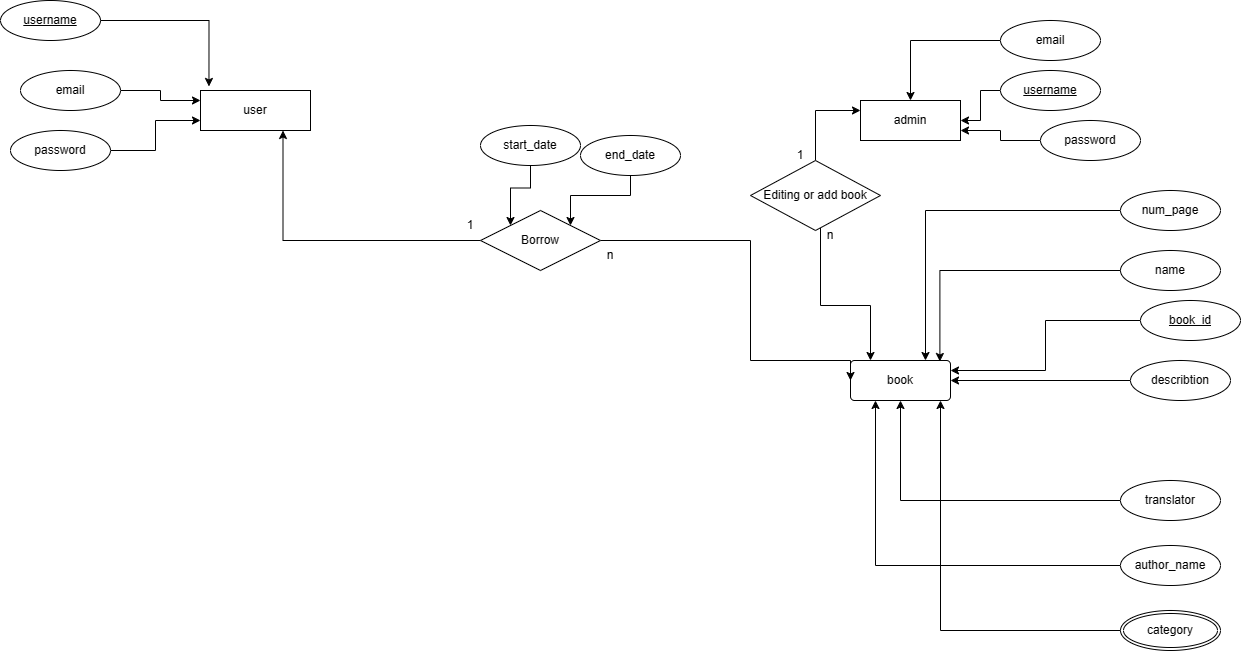
Earlier version of the draw.io export image/ERD.png (ahmed151515/Library-Management-System). Source tidied: cells renumbered, new cells last; positions are measured from the earlier drawing's top-left corner, leaving out a move shared by most shapes.
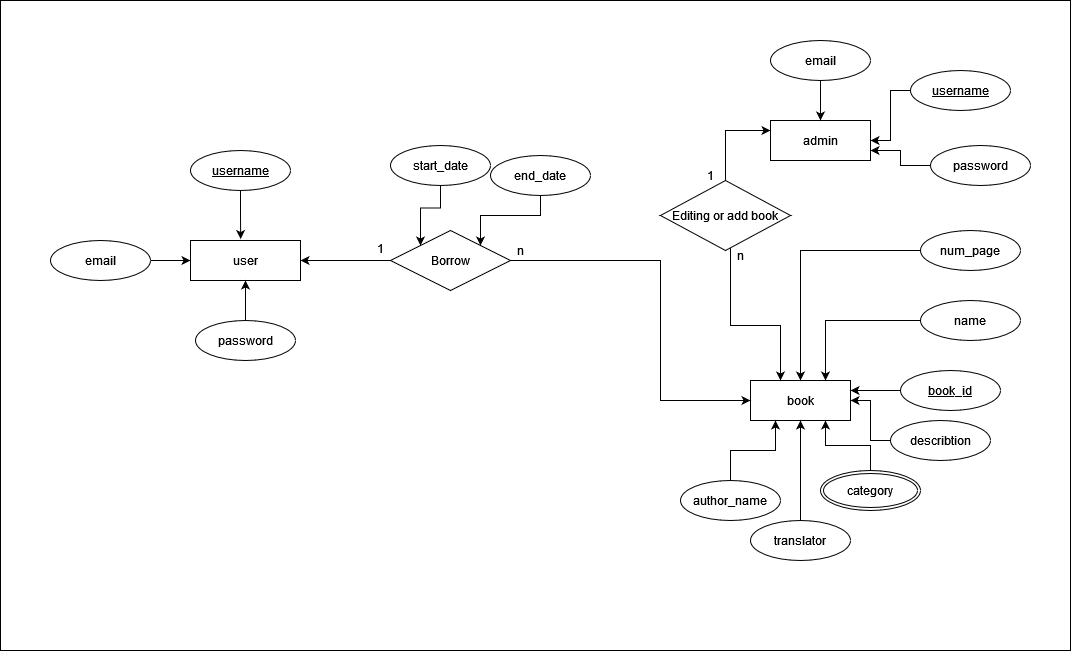
Later version of the same file.

Commit message:
"new erd design"

What changed in the source:
```diff
@@ -2,93 +2,102 @@
   <root>
     <mxCell id="0" />
     <mxCell id="1" parent="0" />
+    <mxCell id="45" style="rounded=0;whiteSpace=wrap;html=1;fillColor=#FFFFFF;shadow=0;" parent="1" vertex="1">
+      <mxGeometry x="90" y="-20" width="1070" height="650" as="geometry" />
+    </mxCell>
+    <mxCell id="36" style="edgeStyle=orthogonalEdgeStyle;rounded=0;jettySize=auto;html=1;exitX=0;exitY=0.5;exitDx=0;exitDy=0;entryX=1;entryY=0.5;entryDx=0;entryDy=0;" parent="1" edge="1" source="38" target="2">
+      <mxGeometry relative="1" as="geometry">
+        <Array as="points">
+          <mxPoint x="440" y="240" />
+          <mxPoint x="440" y="240" />
+        </Array>
+      </mxGeometry>
+    </mxCell>
     <mxCell id="2" value="user" style="whiteSpace=wrap;html=1;align=center;" parent="1" vertex="1">
-      <mxGeometry x="200" y="90" width="110" height="40" as="geometry" />
+      <mxGeometry x="280" y="220" width="110" height="40" as="geometry" />
     </mxCell>
     <mxCell id="3" value="admin" style="whiteSpace=wrap;html=1;align=center;" parent="1" vertex="1">
       <mxGeometry x="860" y="100" width="100" height="40" as="geometry" />
     </mxCell>
-    <mxCell id="4" value="book" style="rounded=1;arcSize=10;whiteSpace=wrap;html=1;align=center;" parent="1" vertex="1">
-      <mxGeometry x="850" y="360" width="100" height="40" as="geometry" />
+    <mxCell id="4" value="book" style="rounded=1;arcSize=0;whiteSpace=wrap;html=1;align=center;" parent="1" vertex="1">
+      <mxGeometry x="840" y="360" width="100" height="40" as="geometry" />
     </mxCell>
-    <mxCell id="5" style="edgeStyle=orthogonalEdgeStyle;rounded=0;jettySize=auto;html=1;entryX=0;entryY=0.75;entryDx=0;entryDy=0;" parent="1" edge="1" source="6" target="2">
+    <mxCell id="5" style="edgeStyle=orthogonalEdgeStyle;rounded=0;jettySize=auto;html=1;entryX=0.5;entryY=1;entryDx=0;entryDy=0;" parent="1" edge="1" source="6" target="2">
       <mxGeometry relative="1" as="geometry" />
     </mxCell>
     <mxCell id="6" value="password" style="ellipse;whiteSpace=wrap;html=1;align=center;" parent="1" vertex="1">
-      <mxGeometry x="10" y="130" width="100" height="40" as="geometry" />
+      <mxGeometry x="285" y="300" width="100" height="40" as="geometry" />
     </mxCell>
-    <mxCell id="7" style="edgeStyle=orthogonalEdgeStyle;rounded=0;jettySize=auto;html=1;entryX=0;entryY=0.25;entryDx=0;entryDy=0;" parent="1" edge="1" source="8" target="2">
+    <mxCell id="7" style="edgeStyle=orthogonalEdgeStyle;rounded=0;jettySize=auto;html=1;entryX=0;entryY=0.5;entryDx=0;entryDy=0;" parent="1" edge="1" source="8" target="2">
       <mxGeometry relative="1" as="geometry" />
     </mxCell>
     <mxCell id="8" value="email" style="ellipse;whiteSpace=wrap;html=1;align=center;" parent="1" vertex="1">
-      <mxGeometry x="20" y="70" width="100" height="40" as="geometry" />
+      <mxGeometry x="140" y="220" width="100" height="40" as="geometry" />
     </mxCell>
     <mxCell id="9" style="edgeStyle=orthogonalEdgeStyle;rounded=0;jettySize=auto;html=1;entryX=1;entryY=0.75;entryDx=0;entryDy=0;" parent="1" edge="1" source="10" target="3">
       <mxGeometry relative="1" as="geometry" />
     </mxCell>
     <mxCell id="10" value="password" style="ellipse;whiteSpace=wrap;html=1;align=center;" parent="1" vertex="1">
-      <mxGeometry x="1040" y="120" width="100" height="40" as="geometry" />
+      <mxGeometry x="1020" y="125" width="100" height="40" as="geometry" />
     </mxCell>
     <mxCell id="11" style="edgeStyle=orthogonalEdgeStyle;rounded=0;jettySize=auto;html=1;entryX=0.5;entryY=0;entryDx=0;entryDy=0;" parent="1" edge="1" source="12" target="3">
       <mxGeometry relative="1" as="geometry" />
     </mxCell>
     <mxCell id="12" value="email" style="ellipse;whiteSpace=wrap;html=1;align=center;" parent="1" vertex="1">
-      <mxGeometry x="1000" y="20" width="100" height="40" as="geometry" />
+      <mxGeometry x="860" y="20" width="100" height="40" as="geometry" />
     </mxCell>
     <mxCell id="13" value="name" style="ellipse;whiteSpace=wrap;html=1;align=center;" parent="1" vertex="1">
-      <mxGeometry x="1120" y="250" width="100" height="40" as="geometry" />
+      <mxGeometry x="1010" y="280" width="100" height="40" as="geometry" />
     </mxCell>
-    <mxCell id="14" style="edgeStyle=orthogonalEdgeStyle;rounded=0;jettySize=auto;html=1;entryX=0.894;entryY=0.025;entryDx=0;entryDy=0;entryPerimeter=0;" parent="1" edge="1" source="13" target="4">
+    <mxCell id="14" style="edgeStyle=orthogonalEdgeStyle;rounded=0;jettySize=auto;html=1;entryX=0.75;entryY=0;entryDx=0;entryDy=0;" parent="1" edge="1" source="13" target="4">
       <mxGeometry relative="1" as="geometry" />
     </mxCell>
-    <mxCell id="15" style="edgeStyle=orthogonalEdgeStyle;rounded=0;jettySize=auto;html=1;entryX=0.75;entryY=0;entryDx=0;entryDy=0;" parent="1" edge="1" source="16" target="4">
+    <mxCell id="15" style="edgeStyle=orthogonalEdgeStyle;rounded=0;jettySize=auto;html=1;entryX=0.5;entryY=0;entryDx=0;entryDy=0;" parent="1" edge="1" source="16" target="4">
       <mxGeometry relative="1" as="geometry" />
     </mxCell>
     <mxCell id="16" value="num_page" style="ellipse;whiteSpace=wrap;html=1;align=center;" parent="1" vertex="1">
-      <mxGeometry x="1120" y="190" width="100" height="40" as="geometry" />
+      <mxGeometry x="1010" y="210" width="100" height="40" as="geometry" />
     </mxCell>
     <mxCell id="17" value="category" style="ellipse;shape=doubleEllipse;margin=3;whiteSpace=wrap;html=1;align=center;" parent="1" vertex="1">
-      <mxGeometry x="1120" y="610" width="100" height="40" as="geometry" />
+      <mxGeometry x="910" y="450" width="100" height="40" as="geometry" />
     </mxCell>
     <mxCell id="18" style="edgeStyle=orthogonalEdgeStyle;rounded=0;jettySize=auto;html=1;entryX=0.25;entryY=1;entryDx=0;entryDy=0;" parent="1" edge="1" source="19" target="4">
       <mxGeometry relative="1" as="geometry" />
     </mxCell>
     <mxCell id="19" value="author_name" style="ellipse;whiteSpace=wrap;html=1;align=center;" parent="1" vertex="1">
-      <mxGeometry x="1120" y="545" width="100" height="40" as="geometry" />
+      <mxGeometry x="770" y="460" width="100" height="40" as="geometry" />
     </mxCell>
     <mxCell id="20" style="edgeStyle=orthogonalEdgeStyle;rounded=0;jettySize=auto;html=1;entryX=0.5;entryY=1;entryDx=0;entryDy=0;" parent="1" edge="1" source="21" target="4">
       <mxGeometry relative="1" as="geometry" />
     </mxCell>
     <mxCell id="21" value="translator" style="ellipse;whiteSpace=wrap;html=1;align=center;" parent="1" vertex="1">
-      <mxGeometry x="1120" y="480" width="100" height="40" as="geometry" />
+      <mxGeometry x="840" y="500" width="100" height="40" as="geometry" />
     </mxCell>
-    <mxCell id="22" style="edgeStyle=orthogonalEdgeStyle;rounded=0;jettySize=auto;html=1;" parent="1" edge="1" source="23">
-      <mxGeometry relative="1" as="geometry">
-        <mxPoint x="950" y="380" as="targetPoint" />
-      </mxGeometry>
+    <mxCell id="22" style="edgeStyle=orthogonalEdgeStyle;rounded=0;jettySize=auto;html=1;entryX=1;entryY=0.5;entryDx=0;entryDy=0;" parent="1" edge="1" source="23" target="4">
+      <mxGeometry relative="1" as="geometry" />
     </mxCell>
     <mxCell id="23" value="describtion" style="ellipse;whiteSpace=wrap;html=1;align=center;" parent="1" vertex="1">
-      <mxGeometry x="1130" y="360" width="100" height="40" as="geometry" />
+      <mxGeometry x="980" y="400" width="100" height="40" as="geometry" />
     </mxCell>
     <mxCell id="24" value="username" style="ellipse;whiteSpace=wrap;html=1;align=center;fontStyle=4;" parent="1" vertex="1">
-      <mxGeometry width="100" height="40" as="geometry" />
+      <mxGeometry x="280" y="130" width="100" height="40" as="geometry" />
     </mxCell>
     <mxCell id="25" style="edgeStyle=orthogonalEdgeStyle;rounded=0;jettySize=auto;html=1;entryX=1;entryY=0.5;entryDx=0;entryDy=0;" parent="1" edge="1" source="26" target="3">
       <mxGeometry relative="1" as="geometry" />
     </mxCell>
     <mxCell id="26" value="username" style="ellipse;whiteSpace=wrap;html=1;align=center;fontStyle=4;" parent="1" vertex="1">
-      <mxGeometry x="1000" y="70" width="100" height="40" as="geometry" />
+      <mxGeometry x="1000" y="50" width="100" height="40" as="geometry" />
     </mxCell>
     <mxCell id="27" style="edgeStyle=orthogonalEdgeStyle;rounded=0;jettySize=auto;html=1;entryX=1;entryY=0.25;entryDx=0;entryDy=0;" parent="1" edge="1" source="28" target="4">
       <mxGeometry relative="1" as="geometry" />
     </mxCell>
     <mxCell id="28" value="book_id" style="ellipse;whiteSpace=wrap;html=1;align=center;fontStyle=4;" parent="1" vertex="1">
-      <mxGeometry x="1140" y="300" width="100" height="40" as="geometry" />
+      <mxGeometry x="990" y="350" width="100" height="40" as="geometry" />
     </mxCell>
-    <mxCell id="29" style="edgeStyle=orthogonalEdgeStyle;rounded=0;jettySize=auto;html=1;entryX=0.9;entryY=1;entryDx=0;entryDy=0;entryPerimeter=0;" parent="1" edge="1" source="17" target="4">
+    <mxCell id="29" style="edgeStyle=orthogonalEdgeStyle;rounded=0;jettySize=auto;html=1;entryX=0.75;entryY=1;entryDx=0;entryDy=0;" parent="1" edge="1" source="17" target="4">
       <mxGeometry relative="1" as="geometry" />
     </mxCell>
-    <mxCell id="30" style="edgeStyle=orthogonalEdgeStyle;rounded=0;jettySize=auto;html=1;entryX=0.077;entryY=-0.101;entryDx=0;entryDy=0;entryPerimeter=0;" parent="1" edge="1" source="24" target="2">
+    <mxCell id="30" style="edgeStyle=orthogonalEdgeStyle;rounded=0;jettySize=auto;html=1;entryX=0.456;entryY=-0.037;entryDx=0;entryDy=0;entryPerimeter=0;" parent="1" edge="1" source="24" target="2">
       <mxGeometry relative="1" as="geometry" />
     </mxCell>
     <mxCell id="31" style="edgeStyle=orthogonalEdgeStyle;rounded=0;jettySize=auto;html=1;entryX=0;entryY=0.25;entryDx=0;entryDy=0;" parent="1" edge="1" source="33" target="3">
@@ -111,15 +120,11 @@
     <mxCell id="35" value="1" style="text;html=1;strokeColor=none;fillColor=none;align=center;verticalAlign=middle;whiteSpace=wrap;rounded=0;" parent="1" vertex="1">
       <mxGeometry x="770" y="140" width="60" height="30" as="geometry" />
     </mxCell>
-    <mxCell id="36" style="edgeStyle=orthogonalEdgeStyle;rounded=0;jettySize=auto;html=1;entryX=0.75;entryY=1;entryDx=0;entryDy=0;" parent="1" edge="1" source="38" target="2">
-      <mxGeometry relative="1" as="geometry" />
-    </mxCell>
     <mxCell id="37" style="edgeStyle=orthogonalEdgeStyle;rounded=0;jettySize=auto;html=1;entryX=0;entryY=0.5;entryDx=0;entryDy=0;" parent="1" edge="1" source="38" target="4">
       <mxGeometry relative="1" as="geometry">
         <Array as="points">
           <mxPoint x="750" y="240" />
-          <mxPoint x="750" y="360" />
-          <mxPoint x="850" y="360" />
+          <mxPoint x="750" y="380" />
         </Array>
       </mxGeometry>
     </mxCell>
@@ -127,10 +132,10 @@
       <mxGeometry x="480" y="210" width="120" height="60" as="geometry" />
     </mxCell>
     <mxCell id="39" value="1" style="text;html=1;strokeColor=none;fillColor=none;align=center;verticalAlign=middle;whiteSpace=wrap;rounded=0;" parent="1" vertex="1">
-      <mxGeometry x="440" y="210" width="60" height="30" as="geometry" />
+      <mxGeometry x="460" y="220" width="20" height="15" as="geometry" />
     </mxCell>
     <mxCell id="40" value="n" style="text;html=1;strokeColor=none;fillColor=none;align=center;verticalAlign=middle;whiteSpace=wrap;rounded=0;" parent="1" vertex="1">
-      <mxGeometry x="580" y="240" width="60" height="30" as="geometry" />
+      <mxGeometry x="600" y="220" width="20" height="20" as="geometry" />
     </mxCell>
     <mxCell id="41" style="edgeStyle=orthogonalEdgeStyle;rounded=0;jettySize=auto;html=1;entryX=0;entryY=0;entryDx=0;entryDy=0;" parent="1" edge="1" source="42" target="38">
       <mxGeometry relative="1" as="geometry" />
```
